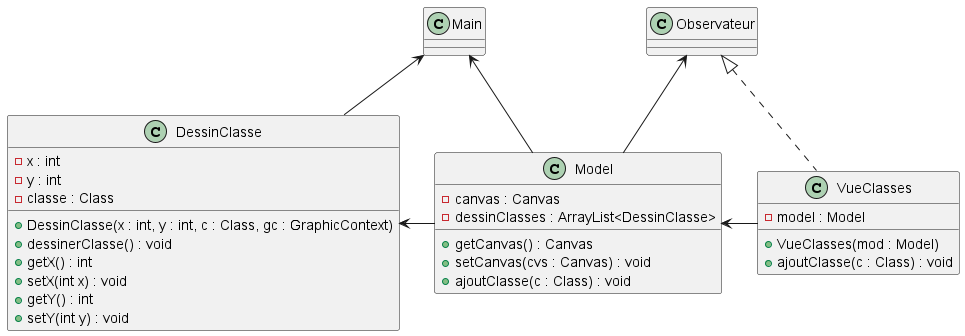
Math54500/SAE-3.01-ObjectAid keeps this PlantUML diagram as Documents/Itération 4/diagramme de DessinClasse.png. Above is the earlier version.
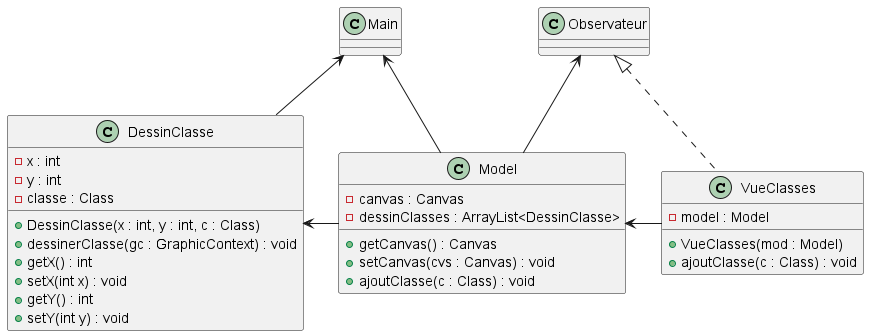
The same diagram one commit later.

What changed in the source:
```diff
@@ -4,8 +4,8 @@
 - x : int
 - y : int
 - classe : Class
-+ DessinClasse(x : int, y : int, c : Class, gc : GraphicContext)
-+ dessinerClasse() : void
++ DessinClasse(x : int, y : int, c : Class)
++ dessinerClasse(gc : GraphicContext) : void
 + getX() : int
 + setX(int x) : void
 + getY() : int
```
